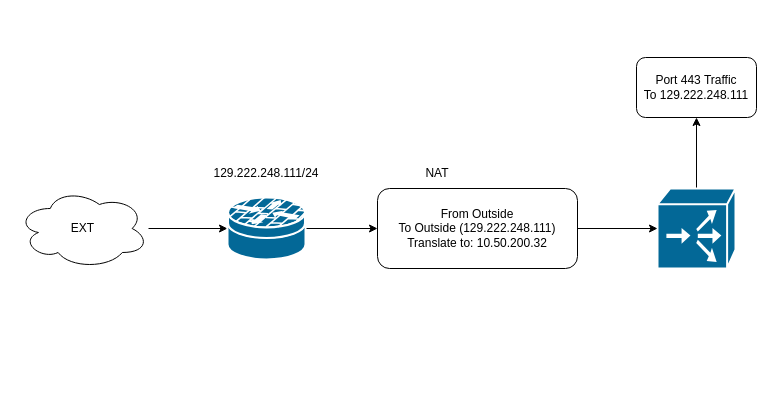
Above: F5LB.drawio in adamrt918/Diagram (draw.io), before the change. Source tidied: cells renumbered, new cells numbered last; positions are measured from the earlier drawing's top-left corner, leaving out a move shared by most shapes. Both pictures are drawn from the tidied source at 100%, with x=0, y=0 at pixel (17, 57).
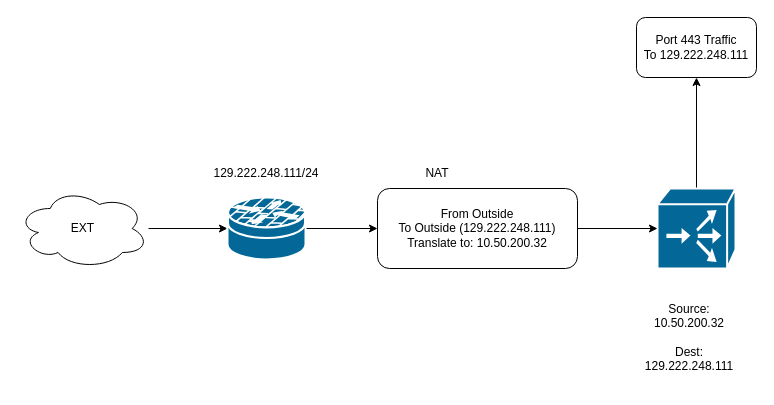
The same diagram, later.

The edit, as a diff of the source:
```diff
@@
 <mxGraphModel>
   <root>
     <mxCell id="0" />
     <mxCell id="1" parent="0" />
     <mxCell id="2" style="edgeStyle=orthogonalEdgeStyle;rounded=0;jettySize=auto;html=1;" parent="1" edge="1" source="3" target="12">
       <mxGeometry relative="1" as="geometry" />
     </mxCell>
     <mxCell id="3" style="shape=mxgraph.cisco.directors.localdirector;sketch=0;html=1;dashed=0;fillColor=#036897;strokeColor=#ffffff;strokeWidth=2;verticalLabelPosition=bottom;verticalAlign=top;align=center;outlineConnect=0;" parent="1" vertex="1">
       <mxGeometry x="640" y="131" width="78" height="80" as="geometry" />
     </mxCell>
     <mxCell id="4" style="edgeStyle=orthogonalEdgeStyle;rounded=0;jettySize=auto;html=1;" parent="1" edge="1" source="5" target="7">
       <mxGeometry relative="1" as="geometry" />
     </mxCell>
     <mxCell id="5" value="EXT" style="ellipse;shape=cloud;whiteSpace=wrap;html=1;" parent="1" vertex="1">
       <mxGeometry y="131" width="131" height="80" as="geometry" />
     </mxCell>
     <mxCell id="6" style="edgeStyle=orthogonalEdgeStyle;rounded=0;jettySize=auto;html=1;" parent="1" edge="1" source="7" target="10">
       <mxGeometry relative="1" as="geometry" />
     </mxCell>
     <mxCell id="7" style="shape=mxgraph.cisco.security.router_firewall;sketch=0;html=1;dashed=0;fillColor=#036897;strokeColor=#ffffff;strokeWidth=2;verticalLabelPosition=bottom;verticalAlign=top;align=center;outlineConnect=0;" parent="1" vertex="1">
       <mxGeometry x="210" y="140" width="78" height="62" as="geometry" />
     </mxCell>
     <mxCell id="8" value="129.222.248.111/24" style="text;html=1;align=center;verticalAlign=middle;whiteSpace=wrap;rounded=0;" parent="1" vertex="1">
       <mxGeometry x="194" y="101" width="110" height="30" as="geometry" />
     </mxCell>
     <mxCell id="9" style="edgeStyle=orthogonalEdgeStyle;rounded=0;jettySize=auto;html=1;" parent="1" edge="1" source="10" target="3">
       <mxGeometry relative="1" as="geometry" />
     </mxCell>
     <mxCell id="10" value="From Outside&lt;div&gt;To Outside (&lt;span style=&quot;background-color: transparent; color: light-dark(rgb(0, 0, 0), rgb(255, 255, 255));&quot;&gt;129.222.248.111)&lt;/span&gt;&lt;/div&gt;&lt;div&gt;&lt;span style=&quot;background-color: transparent; color: light-dark(rgb(0, 0, 0), rgb(255, 255, 255));&quot;&gt;Translate to: 10.50.200.32&lt;/span&gt;&lt;/div&gt;" style="rounded=1;whiteSpace=wrap;html=1;" parent="1" vertex="1">
       <mxGeometry x="360" y="131" width="200" height="80" as="geometry" />
     </mxCell>
     <mxCell id="11" value="NAT" style="text;html=1;align=center;verticalAlign=middle;whiteSpace=wrap;rounded=0;" parent="1" vertex="1">
       <mxGeometry x="390" y="101" width="60" height="30" as="geometry" />
     </mxCell>
     <mxCell id="12" value="Port 443 Traffic&lt;div&gt;To 129.222.248.111&lt;/div&gt;" style="rounded=1;whiteSpace=wrap;html=1;" parent="1" vertex="1">
-      <mxGeometry x="619" width="120" height="60" as="geometry" />
+      <mxGeometry x="619" y="-40" width="120" height="60" as="geometry" />
     </mxCell>
+    <mxCell id="13" value="Source: 10.50.200.32&lt;br&gt;&lt;br&gt;Dest:&lt;div&gt;129.222.248.111&lt;/div&gt;" style="text;html=1;align=center;verticalAlign=middle;whiteSpace=wrap;rounded=0;" parent="1" vertex="1">
+      <mxGeometry x="626" y="230" width="92" height="100" as="geometry" />
+    </mxCell>
   </root>
 </mxGraphModel>
```
